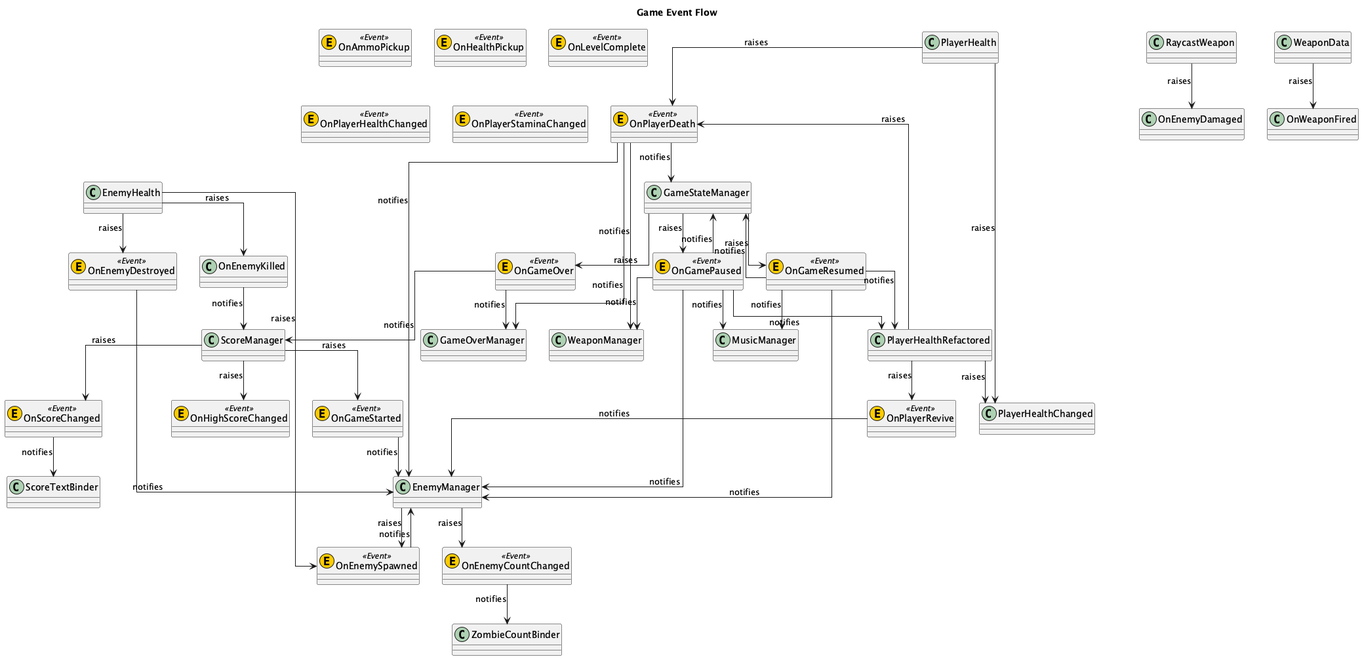
ieatyoursushi/Zombtoy keeps this PlantUML diagram as DevTools/Diagrams/out/event_flow.png. Above is the earlier version.
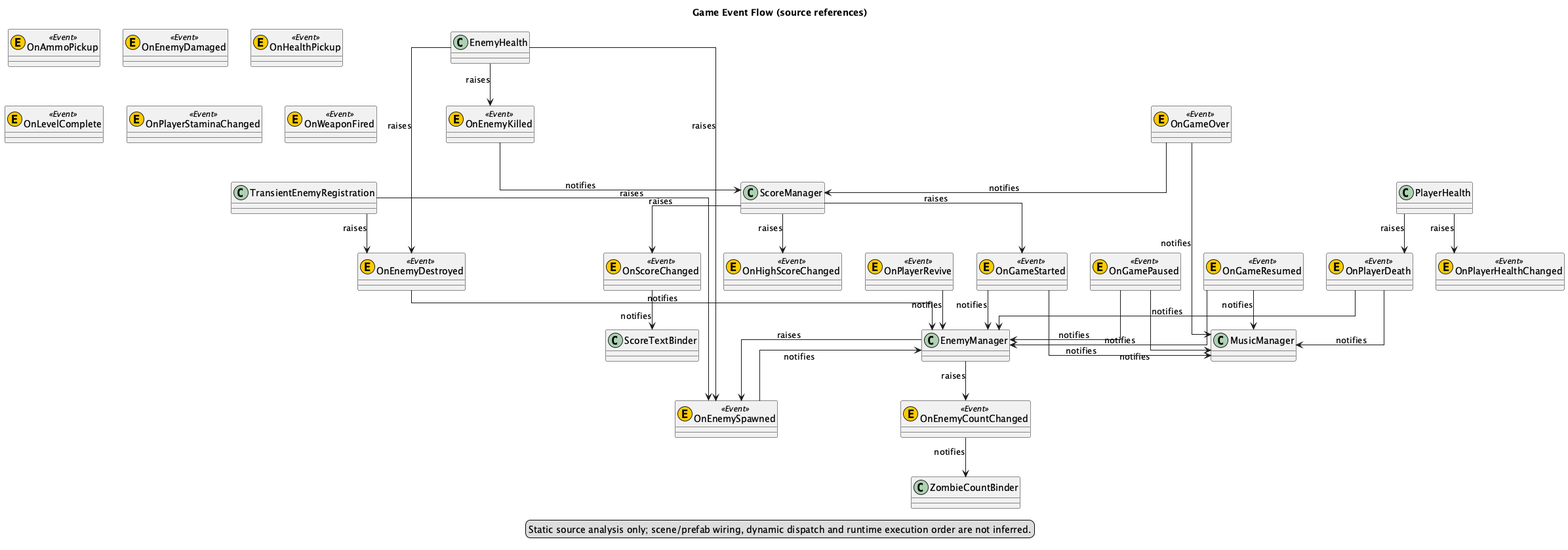
The same file after the commit.

Change to the diagram source:
```diff
@@ -1,9 +1,11 @@
 @startuml
-title Game Event Flow
+title Game Event Flow (source references)
 skinparam linetype ortho
 class OnAmmoPickup << (E,#FFCC00) Event >>
 class OnEnemyCountChanged << (E,#FFCC00) Event >>
+class OnEnemyDamaged << (E,#FFCC00) Event >>
 class OnEnemyDestroyed << (E,#FFCC00) Event >>
+class OnEnemyKilled << (E,#FFCC00) Event >>
 class OnEnemySpawned << (E,#FFCC00) Event >>
 class OnGameOver << (E,#FFCC00) Event >>
 class OnGamePaused << (E,#FFCC00) Event >>
@@ -17,44 +19,36 @@
 class OnPlayerRevive << (E,#FFCC00) Event >>
 class OnPlayerStaminaChanged << (E,#FFCC00) Event >>
 class OnScoreChanged << (E,#FFCC00) Event >>
-GameStateManager --> OnGameOver : raises
-GameStateManager --> OnGamePaused : raises
-GameStateManager --> OnGameResumed : raises
+class OnWeaponFired << (E,#FFCC00) Event >>
 EnemyManager --> OnEnemyCountChanged : raises
+EnemyHealth --> OnEnemyDestroyed : raises
+TransientEnemyRegistration --> OnEnemyDestroyed : raises
+EnemyHealth --> OnEnemyKilled : raises
+EnemyHealth --> OnEnemySpawned : raises
 EnemyManager --> OnEnemySpawned : raises
-EnemyHealth --> OnEnemySpawned : raises
-ScoreManager --> OnScoreChanged : raises
+TransientEnemyRegistration --> OnEnemySpawned : raises
 ScoreManager --> OnGameStarted : raises
 ScoreManager --> OnHighScoreChanged : raises
-RaycastWeapon --> OnEnemyDamaged : raises
-WeaponData --> OnWeaponFired : raises
-EnemyHealth --> OnEnemyKilled : raises
-EnemyHealth --> OnEnemyDestroyed : raises
-PlayerHealthRefactored --> PlayerHealthChanged : raises
-PlayerHealth --> PlayerHealthChanged : raises
-PlayerHealthRefactored --> OnPlayerDeath : raises
 PlayerHealth --> OnPlayerDeath : raises
-PlayerHealthRefactored --> OnPlayerRevive : raises
+PlayerHealth --> OnPlayerHealthChanged : raises
+ScoreManager --> OnScoreChanged : raises
+OnEnemyCountChanged --> ZombieCountBinder : notifies
+OnEnemyDestroyed --> EnemyManager : notifies
+OnEnemyKilled --> ScoreManager : notifies
+OnEnemySpawned --> EnemyManager : notifies
+OnGameOver --> MusicManager : notifies
+OnGameOver --> ScoreManager : notifies
+OnGamePaused --> EnemyManager : notifies
 OnGamePaused --> MusicManager : notifies
-OnGamePaused --> GameStateManager : notifies
-OnGamePaused --> EnemyManager : notifies
-OnGamePaused --> WeaponManager : notifies
-OnGamePaused --> PlayerHealthRefactored : notifies
 OnGameResumed --> EnemyManager : notifies
-OnGameResumed --> PlayerHealthRefactored : notifies
 OnGameResumed --> MusicManager : notifies
-OnGameResumed --> GameStateManager : notifies
+OnGameStarted --> EnemyManager : notifies
+OnGameStarted --> MusicManager : notifies
+OnPlayerDeath --> EnemyManager : notifies
+OnPlayerDeath --> MusicManager : notifies
+OnPlayerRevive --> EnemyManager : notifies
 OnScoreChanged --> ScoreTextBinder : notifies
-OnEnemyCountChanged --> ZombieCountBinder : notifies
-OnPlayerDeath --> EnemyManager : notifies
-OnPlayerDeath --> WeaponManager : notifies
-OnPlayerDeath --> GameOverManager : notifies
-OnPlayerDeath --> GameStateManager : notifies
-OnEnemySpawned --> EnemyManager : notifies
-OnEnemyDestroyed --> EnemyManager : notifies
-OnGameStarted --> EnemyManager : notifies
-OnPlayerRevive --> EnemyManager : notifies
-OnGameOver --> ScoreManager : notifies
-OnGameOver --> GameOverManager : notifies
-OnEnemyKilled --> ScoreManager : notifies
+legend bottom
+Static source analysis only; scene/prefab wiring, dynamic dispatch and runtime execution order are not inferred.
+endlegend
 @enduml
```
